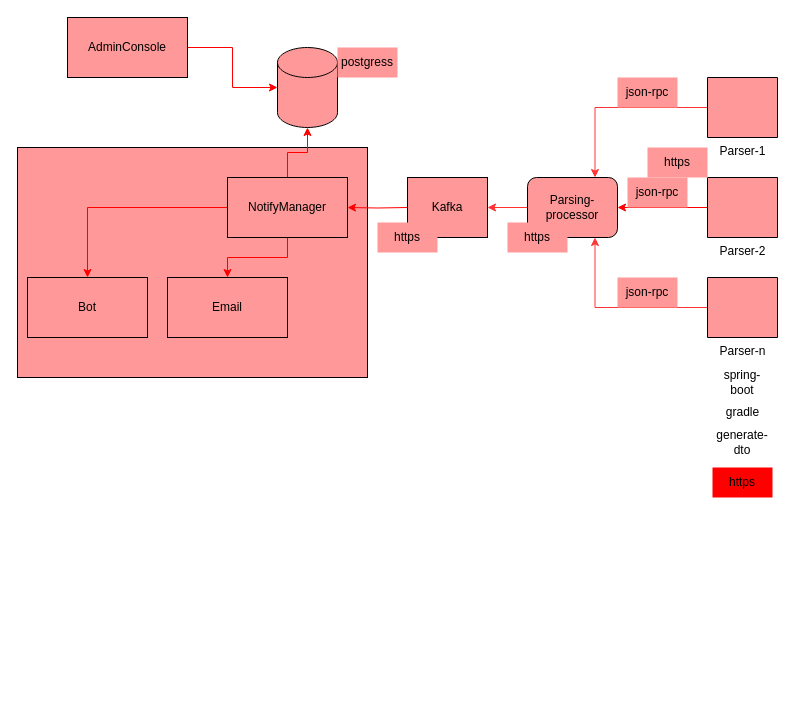
Above: details.drawio in VOsipenkov/Nuclear-bot-doc (draw.io), before the change. Source tidied: cells renumbered, new cells numbered last; positions are measured from the earlier drawing's top-left corner, leaving out a move shared by most shapes. Both pictures are drawn from the tidied source at 100%, with x=0, y=0 at pixel (17, 17).
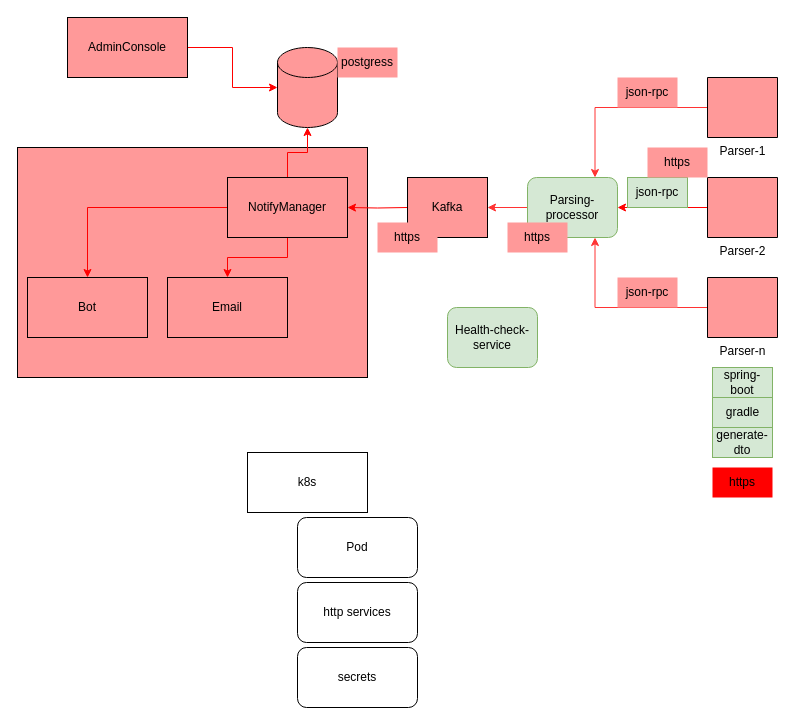
After the change.

Diff of the diagram source:
```diff
@@
-    <mxCell id="11" value="Parsing-processor" style="rounded=1;whiteSpace=wrap;html=1;fillColor=#FF9999;" parent="1" vertex="1">
+    <mxCell id="11" value="Parsing-processor" style="rounded=1;whiteSpace=wrap;html=1;fillColor=#d5e8d4;strokeColor=#82b366;" parent="1" vertex="1">
       <mxGeometry x="510" y="160" width="90" height="60" as="geometry" />
     </mxCell>
@@
-    <mxCell id="20" value="json-rpc" style="text;html=1;strokeColor=none;fillColor=#FF9999;align=center;verticalAlign=middle;whiteSpace=wrap;rounded=0;" parent="1" vertex="1">
+    <mxCell id="20" value="json-rpc" style="text;html=1;strokeColor=#82b366;fillColor=#d5e8d4;align=center;verticalAlign=middle;whiteSpace=wrap;rounded=0;" parent="1" vertex="1">
       <mxGeometry x="610" y="160" width="60" height="30" as="geometry" />
     </mxCell>
@@
-    <mxCell id="22" value="spring-boot" style="text;html=1;strokeColor=none;fillColor=none;align=center;verticalAlign=middle;whiteSpace=wrap;rounded=0;" parent="1" vertex="1">
+    <mxCell id="22" value="spring-boot" style="text;html=1;strokeColor=#82b366;fillColor=#d5e8d4;align=center;verticalAlign=middle;whiteSpace=wrap;rounded=0;" parent="1" vertex="1">
       <mxGeometry x="695" y="350" width="60" height="30" as="geometry" />
     </mxCell>
-    <mxCell id="23" value="gradle" style="text;html=1;align=center;verticalAlign=middle;fillColor=none;strokeColor=none;rounded=0;" parent="1" vertex="1">
+    <mxCell id="23" value="gradle" style="text;html=1;align=center;verticalAlign=middle;fillColor=#d5e8d4;strokeColor=#82b366;rounded=0;" parent="1" vertex="1">
       <mxGeometry x="695" y="380" width="60" height="30" as="geometry" />
     </mxCell>
-    <mxCell id="24" value="generate-dto" style="text;html=1;strokeColor=none;fillColor=none;align=center;verticalAlign=middle;whiteSpace=wrap;rounded=0;" parent="1" vertex="1">
+    <mxCell id="24" value="generate-dto" style="text;html=1;strokeColor=#82b366;fillColor=#d5e8d4;align=center;verticalAlign=middle;whiteSpace=wrap;rounded=0;" parent="1" vertex="1">
       <mxGeometry x="695" y="410" width="60" height="30" as="geometry" />
     </mxCell>
@@
+    <mxCell id="34" value="k8s" style="rounded=0;whiteSpace=wrap;html=1;fillColor=#FFFFFF;" parent="1" vertex="1">
+      <mxGeometry x="230" y="435" width="120" height="60" as="geometry" />
+    </mxCell>
+    <mxCell id="35" value="Pod" style="rounded=1;whiteSpace=wrap;html=1;fillColor=#FFFFFF;" parent="1" vertex="1">
+      <mxGeometry x="280" y="500" width="120" height="60" as="geometry" />
+    </mxCell>
+    <mxCell id="36" value="http services" style="rounded=1;whiteSpace=wrap;html=1;fillColor=#FFFFFF;" parent="1" vertex="1">
+      <mxGeometry x="280" y="565" width="120" height="60" as="geometry" />
+    </mxCell>
+    <mxCell id="37" value="secrets" style="rounded=1;whiteSpace=wrap;html=1;fillColor=#FFFFFF;" parent="1" vertex="1">
+      <mxGeometry x="280" y="630" width="120" height="60" as="geometry" />
+    </mxCell>
+    <mxCell id="38" value="Health-check-service&lt;br&gt;" style="rounded=1;whiteSpace=wrap;html=1;fillColor=#d5e8d4;strokeColor=#82b366;" parent="1" vertex="1">
+      <mxGeometry x="430" y="290" width="90" height="60" as="geometry" />
+    </mxCell>
```
